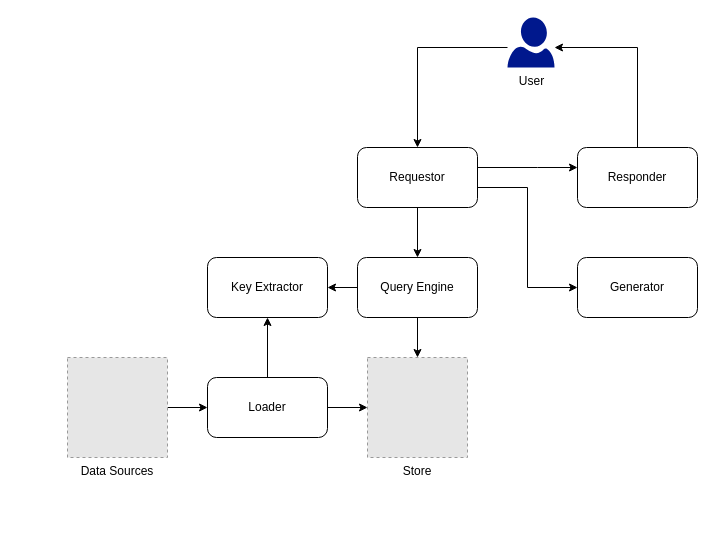
Above: architecture/architecture.drawio in Nasdanika/retrieval-augmented-generation (draw.io), before the change. Source tidied: cells renumbered, new cells numbered last; positions are measured from the earlier drawing's top-left corner, leaving out a move shared by most shapes. Both pictures are drawn from the tidied source at 100%, with x=0, y=0 at pixel (67, 17). Pictures stored in the file or linked from it are replaced by grey dashed boxes.
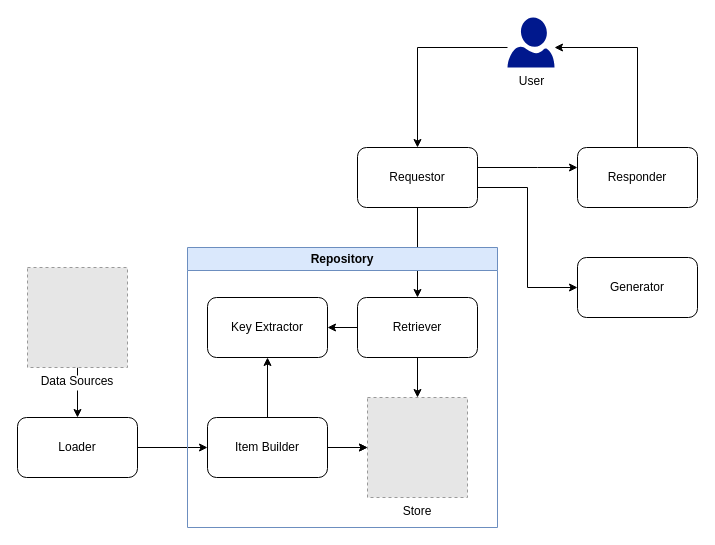
After the change.

Unchanged cells that the change refers to:
```xml
<mxCell id="14" value="Requestor" style="rounded=1;whiteSpace=wrap;html=1;" parent="1" vertex="1">
  <mxGeometry x="290" y="130" width="120" height="60" as="geometry" />
</mxCell>
```

What changed in the source:
```diff
@@
     <mxCell id="5" value="Data Sources" style="fillColor=#E6E6E6;strokeColor=#999999;dashed=1;verticalLabelPosition=bottom;labelBackgroundColor=default;verticalAlign=top;" parent="1" vertex="1">
-      <mxGeometry y="340" width="100" height="100" as="geometry" />
+      <mxGeometry x="-40" y="250" width="100" height="100" as="geometry" />
     </mxCell>
-    <mxCell id="6" value="Store" style="fillColor=#E6E6E6;strokeColor=#999999;dashed=1;verticalLabelPosition=bottom;labelBackgroundColor=default;verticalAlign=top;" parent="1" vertex="1">
-      <mxGeometry x="300" y="340" width="100" height="100" as="geometry" />
-    </mxCell>
-    <mxCell id="7" value="Key Extractor" style="rounded=1;whiteSpace=wrap;html=1;" parent="1" vertex="1">
-      <mxGeometry x="140" y="240" width="120" height="60" as="geometry" />
-    </mxCell>
-    <mxCell id="8" style="edgeStyle=orthogonalEdgeStyle;rounded=0;jettySize=auto;html=1;" parent="1" edge="1" source="10" target="6">
-      <mxGeometry relative="1" as="geometry" />
-    </mxCell>
-    <mxCell id="9" style="edgeStyle=orthogonalEdgeStyle;rounded=0;jettySize=auto;html=1;" parent="1" edge="1" source="10" target="7">
-      <mxGeometry relative="1" as="geometry" />
-    </mxCell>
-    <mxCell id="10" value="Query Engine" style="rounded=1;whiteSpace=wrap;html=1;" parent="1" vertex="1">
-      <mxGeometry x="290" y="240" width="120" height="60" as="geometry" />
-    </mxCell>
-    <mxCell id="11" style="edgeStyle=orthogonalEdgeStyle;rounded=0;jettySize=auto;html=1;" parent="1" edge="1" source="14" target="10">
+    <mxCell id="11" style="edgeStyle=orthogonalEdgeStyle;rounded=0;jettySize=auto;html=1;" parent="1" edge="1" source="14" target="22">
       <mxGeometry relative="1" as="geometry" />
     </mxCell>
@@
-    <mxCell id="18" style="edgeStyle=orthogonalEdgeStyle;rounded=0;jettySize=auto;html=1;" parent="1" edge="1" source="20" target="6">
-      <mxGeometry relative="1" as="geometry" />
-    </mxCell>
-    <mxCell id="19" style="edgeStyle=orthogonalEdgeStyle;rounded=0;jettySize=auto;html=1;" parent="1" edge="1" source="20" target="7">
+    <mxCell id="19" style="edgeStyle=orthogonalEdgeStyle;rounded=0;jettySize=auto;html=1;" parent="1" edge="1" source="20" target="25">
       <mxGeometry relative="1" as="geometry" />
     </mxCell>
     <mxCell id="20" value="Loader" style="rounded=1;whiteSpace=wrap;html=1;" parent="1" vertex="1">
-      <mxGeometry x="140" y="360" width="120" height="60" as="geometry" />
+      <mxGeometry x="-50" y="400" width="120" height="60" as="geometry" />
     </mxCell>
+    <mxCell id="21" value="Repository" style="swimlane;whiteSpace=wrap;html=1;fillColor=#dae8fc;strokeColor=#6c8ebf;" parent="1" vertex="1">
+      <mxGeometry x="120" y="230" width="310" height="280" as="geometry" />
+    </mxCell>
+    <mxCell id="7" value="Key Extractor" style="rounded=1;whiteSpace=wrap;html=1;" parent="21" vertex="1">
+      <mxGeometry x="20" y="50" width="120" height="60" as="geometry" />
+    </mxCell>
+    <mxCell id="22" value="Retriever" style="rounded=1;whiteSpace=wrap;html=1;" parent="21" vertex="1">
+      <mxGeometry x="170" y="50" width="120" height="60" as="geometry" />
+    </mxCell>
+    <mxCell id="6" value="Store" style="fillColor=#E6E6E6;strokeColor=#999999;dashed=1;verticalLabelPosition=bottom;labelBackgroundColor=default;verticalAlign=top;" parent="21" vertex="1">
+      <mxGeometry x="180" y="150" width="100" height="100" as="geometry" />
+    </mxCell>
+    <mxCell id="9" style="edgeStyle=orthogonalEdgeStyle;rounded=0;jettySize=auto;html=1;" parent="21" edge="1" source="22" target="7">
+      <mxGeometry relative="1" as="geometry" />
+    </mxCell>
+    <mxCell id="8" style="edgeStyle=orthogonalEdgeStyle;rounded=0;jettySize=auto;html=1;" parent="21" edge="1" source="22" target="6">
+      <mxGeometry relative="1" as="geometry" />
+    </mxCell>
+    <mxCell id="23" style="edgeStyle=orthogonalEdgeStyle;rounded=0;jettySize=auto;html=1;" parent="21" edge="1" source="25" target="6">
+      <mxGeometry relative="1" as="geometry" />
+    </mxCell>
+    <mxCell id="24" style="edgeStyle=orthogonalEdgeStyle;rounded=0;jettySize=auto;html=1;entryX=0.5;entryY=1;entryDx=0;entryDy=0;" parent="21" edge="1" source="25" target="7">
+      <mxGeometry relative="1" as="geometry" />
+    </mxCell>
+    <mxCell id="25" value="Item Builder" style="rounded=1;whiteSpace=wrap;html=1;" parent="21" vertex="1">
+      <mxGeometry x="20" y="170" width="120" height="60" as="geometry" />
+    </mxCell>
+    <mxCell id="18" style="edgeStyle=orthogonalEdgeStyle;rounded=0;jettySize=auto;html=1;" parent="21" edge="1" source="25" target="6">
+      <mxGeometry relative="1" as="geometry" />
+    </mxCell>
```
